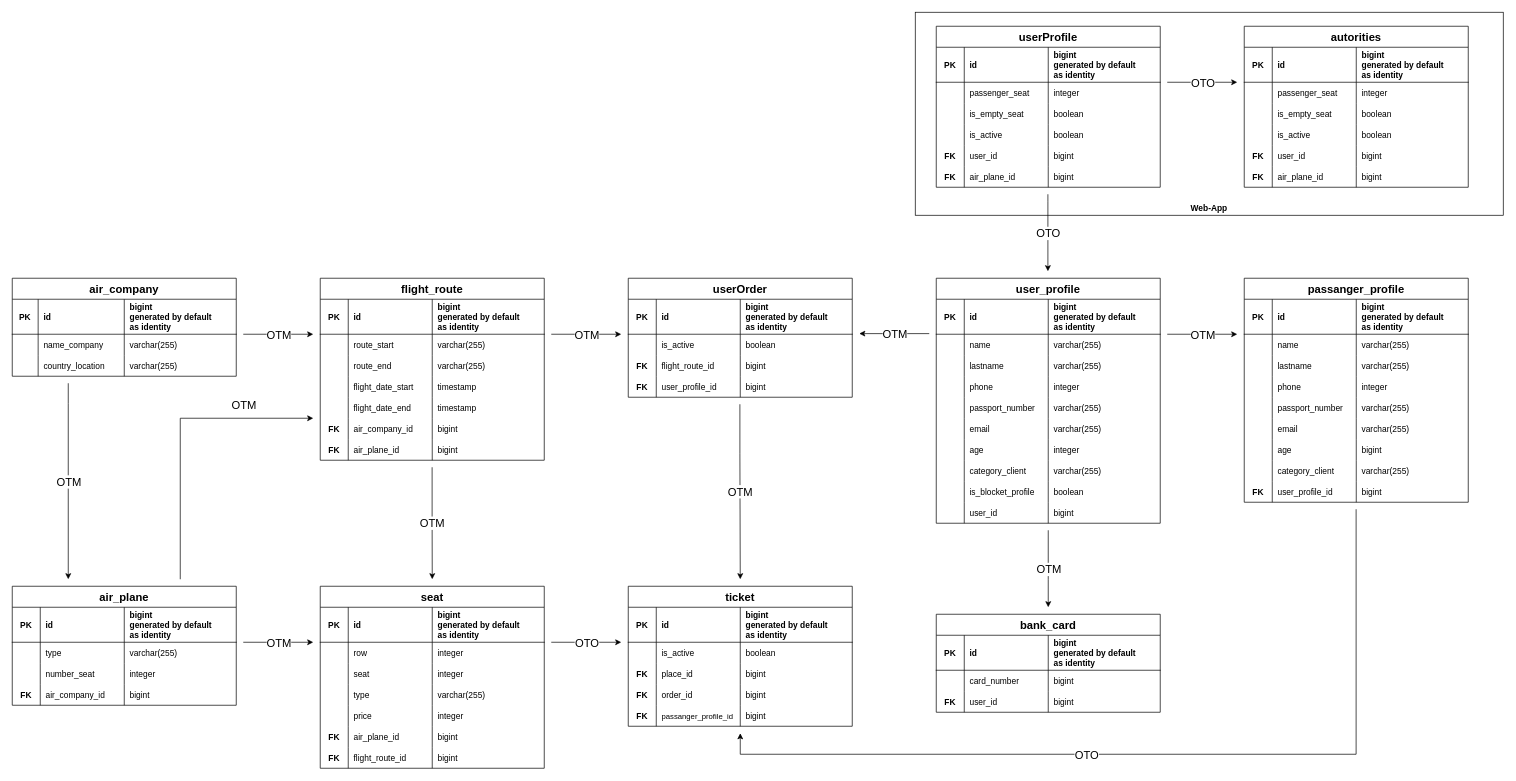
Before: Untitled Diagram.drawio in anomalmishka/myProject, a draw.io diagram. Source tidied: cells renumbered, new cells numbered last; positions are measured from the earlier drawing's top-left corner, leaving out a move shared by most shapes. Both pictures are drawn from the tidied source at 70%, with x=0, y=0 at pixel (12, 12).
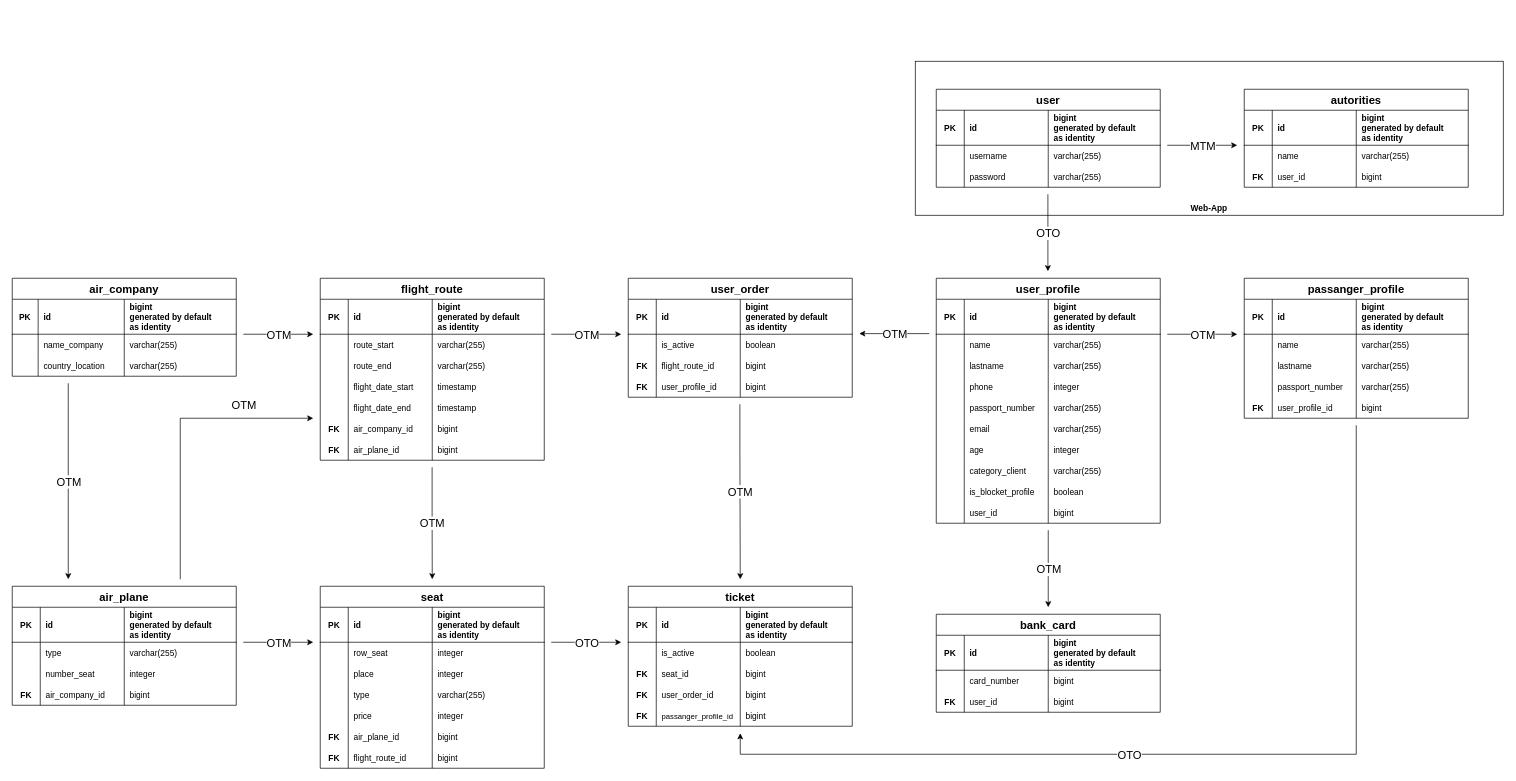
The same diagram, later.

The change refers to these unchanged cells:
```xml
<mxCell id="53" style="shape=partialRectangle;fillColor=none;top=0;left=0;right=0;bottom=0;" parent="44" vertex="1">
  <mxGeometry y="110" width="320" height="30" as="geometry" />
</mxCell>
<mxCell id="57" style="shape=partialRectangle;fillColor=none;top=0;left=0;right=0;bottom=0;" parent="44" vertex="1">
  <mxGeometry y="140" width="320" height="30" as="geometry" />
</mxCell>
<mxCell id="198" style="shape=partialRectangle;fillColor=none;top=0;left=0;right=0;bottom=0;" parent="193" vertex="1">
  <mxGeometry y="80" width="320" height="30" as="geometry" />
</mxCell>
<mxCell id="202" style="shape=partialRectangle;fillColor=none;top=0;left=0;right=0;bottom=0;" parent="193" vertex="1">
  <mxGeometry y="110" width="320" height="30" as="geometry" />
</mxCell>
<mxCell id="223" style="shape=partialRectangle;fillColor=none;top=0;left=0;right=0;bottom=0;" parent="218" vertex="1">
  <mxGeometry y="80" width="320" height="30" as="geometry" />
</mxCell>
<mxCell id="264" style="shape=partialRectangle;fillColor=none;top=0;left=0;right=0;bottom=0;" parent="259" vertex="1">
  <mxGeometry y="80" width="320" height="30" as="geometry" />
</mxCell>
<mxCell id="268" style="shape=partialRectangle;fillColor=none;top=0;left=0;right=0;bottom=0;" parent="259" vertex="1">
  <mxGeometry y="110" width="320" height="30" as="geometry" />
</mxCell>
```

Diff of the diagram source:
```diff
@@
     <mxCell id="2" value="&lt;b&gt;Web-App&lt;/b&gt;" style="rounded=0;whiteSpace=wrap;html=1;verticalAlign=bottom;" parent="1" vertex="1">
-      <mxGeometry x="1290" width="840" height="290" as="geometry" />
+      <mxGeometry x="1290" y="70" width="840" height="220" as="geometry" />
     </mxCell>
@@
-    <mxCell id="55" value="place_id" style="shape=partialRectangle;overflow=hidden;fillColor=none;top=0;left=0;bottom=0;right=0;align=left;spacingLeft=6;" parent="53" vertex="1">
+    <mxCell id="55" value="seat_id" style="shape=partialRectangle;overflow=hidden;fillColor=none;top=0;left=0;bottom=0;right=0;align=left;spacingLeft=6;" parent="53" vertex="1">
       <mxGeometry x="40" width="120" height="30" as="geometry" />
     </mxCell>
@@
-    <mxCell id="59" value="order_id" style="shape=partialRectangle;overflow=hidden;fillColor=none;top=0;left=0;bottom=0;right=0;align=left;spacingLeft=6;" parent="57" vertex="1">
+    <mxCell id="59" value="user_order_id" style="shape=partialRectangle;overflow=hidden;fillColor=none;top=0;left=0;bottom=0;right=0;align=left;spacingLeft=6;" parent="57" vertex="1">
       <mxGeometry x="40" width="120" height="30" as="geometry" />
     </mxCell>
@@
-    <mxCell id="139" value="userOrder" style="shape=table;startSize=30;childLayout=tableLayout;rowLines=0;fontStyle=1;align=center;fontSize=16;spacing=2;" parent="1" vertex="1">
+    <mxCell id="139" value="user_order" style="shape=table;startSize=30;childLayout=tableLayout;rowLines=0;fontStyle=1;align=center;fontSize=16;spacing=2;" parent="1" vertex="1">
       <mxGeometry x="880" y="380" width="320" height="170" as="geometry" />
     </mxCell>
@@
     <mxCell id="156" value="passanger_profile" style="shape=table;startSize=30;childLayout=tableLayout;rowLines=0;fontStyle=1;align=center;fontSize=16;" parent="1" vertex="1">
-      <mxGeometry x="1760" y="380" width="320" height="320" as="geometry" />
+      <mxGeometry x="1760" y="380" width="320" height="200" as="geometry" />
     </mxCell>
@@
-    <mxCell id="169" style="shape=partialRectangle;fillColor=none;top=0;left=0;right=0;bottom=0;" parent="156" vertex="1">
-      <mxGeometry y="140" width="320" height="30" as="geometry" />
-    </mxCell>
-    <mxCell id="170" style="shape=partialRectangle;overflow=hidden;fillColor=none;top=0;left=0;bottom=0;right=0;" parent="169" vertex="1">
-      <mxGeometry width="40" height="30" as="geometry" />
-    </mxCell>
-    <mxCell id="171" value="phone " style="shape=partialRectangle;overflow=hidden;fillColor=none;top=0;left=0;bottom=0;right=0;align=left;spacingLeft=6;" parent="169" vertex="1">
-      <mxGeometry x="40" width="120" height="30" as="geometry" />
-    </mxCell>
-    <mxCell id="172" value="integer" style="shape=partialRectangle;overflow=hidden;fillColor=none;top=0;left=0;bottom=0;right=0;align=left;spacingLeft=6;" parent="169" vertex="1">
-      <mxGeometry x="160" width="160" height="30" as="geometry" />
-    </mxCell>
     <mxCell id="173" style="shape=partialRectangle;fillColor=none;top=0;left=0;right=0;bottom=0;" parent="156" vertex="1">
-      <mxGeometry y="170" width="320" height="30" as="geometry" />
+      <mxGeometry y="140" width="320" height="30" as="geometry" />
     </mxCell>
@@
-    <mxCell id="177" style="shape=partialRectangle;fillColor=none;top=0;left=0;right=0;bottom=0;" parent="156" vertex="1">
-      <mxGeometry y="200" width="320" height="30" as="geometry" />
-    </mxCell>
-    <mxCell id="178" style="shape=partialRectangle;overflow=hidden;fillColor=none;top=0;left=0;bottom=0;right=0;" parent="177" vertex="1">
-      <mxGeometry width="40" height="30" as="geometry" />
-    </mxCell>
-    <mxCell id="179" value="email " style="shape=partialRectangle;overflow=hidden;fillColor=none;top=0;left=0;bottom=0;right=0;align=left;spacingLeft=6;" parent="177" vertex="1">
-      <mxGeometry x="40" width="120" height="30" as="geometry" />
-    </mxCell>
-    <mxCell id="180" value="varchar(255)" style="shape=partialRectangle;overflow=hidden;fillColor=none;top=0;left=0;bottom=0;right=0;align=left;spacingLeft=6;" parent="177" vertex="1">
-      <mxGeometry x="160" width="160" height="30" as="geometry" />
-    </mxCell>
-    <mxCell id="181" style="shape=partialRectangle;fillColor=none;top=0;left=0;right=0;bottom=0;" parent="156" vertex="1">
-      <mxGeometry y="230" width="320" height="30" as="geometry" />
-    </mxCell>
-    <mxCell id="182" style="shape=partialRectangle;overflow=hidden;fillColor=none;top=0;left=0;bottom=0;right=0;" parent="181" vertex="1">
-      <mxGeometry width="40" height="30" as="geometry" />
-    </mxCell>
-    <mxCell id="183" value="age " style="shape=partialRectangle;overflow=hidden;fillColor=none;top=0;left=0;bottom=0;right=0;align=left;spacingLeft=6;" parent="181" vertex="1">
-      <mxGeometry x="40" width="120" height="30" as="geometry" />
-    </mxCell>
-    <mxCell id="184" value="bigint" style="shape=partialRectangle;overflow=hidden;fillColor=none;top=0;left=0;bottom=0;right=0;align=left;spacingLeft=6;" parent="181" vertex="1">
-      <mxGeometry x="160" width="160" height="30" as="geometry" />
-    </mxCell>
-    <mxCell id="185" style="shape=partialRectangle;fillColor=none;top=0;left=0;right=0;bottom=0;" parent="156" vertex="1">
-      <mxGeometry y="260" width="320" height="30" as="geometry" />
-    </mxCell>
-    <mxCell id="186" style="shape=partialRectangle;overflow=hidden;fillColor=none;top=0;left=0;bottom=0;right=0;" parent="185" vertex="1">
-      <mxGeometry width="40" height="30" as="geometry" />
-    </mxCell>
-    <mxCell id="187" value="category_client " style="shape=partialRectangle;overflow=hidden;fillColor=none;top=0;left=0;bottom=0;right=0;align=left;spacingLeft=6;" parent="185" vertex="1">
-      <mxGeometry x="40" width="120" height="30" as="geometry" />
-    </mxCell>
-    <mxCell id="188" value="varchar(255)" style="shape=partialRectangle;overflow=hidden;fillColor=none;top=0;left=0;bottom=0;right=0;align=left;spacingLeft=6;" parent="185" vertex="1">
-      <mxGeometry x="160" width="160" height="30" as="geometry" />
-    </mxCell>
     <mxCell id="189" style="shape=partialRectangle;fillColor=none;top=0;left=0;right=0;bottom=0;" parent="156" vertex="1">
-      <mxGeometry y="290" width="320" height="30" as="geometry" />
+      <mxGeometry y="170" width="320" height="30" as="geometry" />
     </mxCell>
@@
-    <mxCell id="193" value="userProfile" style="shape=table;startSize=30;childLayout=tableLayout;rowLines=0;fontStyle=1;align=center;fontSize=16;spacing=2;" parent="1" vertex="1">
-      <mxGeometry x="1320" y="20" width="320" height="230" as="geometry" />
+    <mxCell id="193" value="user" style="shape=table;startSize=30;childLayout=tableLayout;rowLines=0;fontStyle=1;align=center;fontSize=16;spacing=2;" parent="1" vertex="1">
+      <mxGeometry x="1320" y="110" width="320" height="140" as="geometry" />
     </mxCell>
@@
-    <mxCell id="200" value="passenger_seat" style="shape=partialRectangle;overflow=hidden;fillColor=none;top=0;left=0;bottom=0;right=0;align=left;spacingLeft=6;fontStyle=0;" parent="198" vertex="1">
+    <mxCell id="200" value="username" style="shape=partialRectangle;overflow=hidden;fillColor=none;top=0;left=0;bottom=0;right=0;align=left;spacingLeft=6;fontStyle=0;" parent="198" vertex="1">
       <mxGeometry x="40" width="120" height="30" as="geometry" />
     </mxCell>
-    <mxCell id="201" value="integer" style="shape=partialRectangle;overflow=hidden;fillColor=none;top=0;left=0;bottom=0;right=0;align=left;spacingLeft=6;fontStyle=0;" parent="198" vertex="1">
+    <mxCell id="201" value="varchar(255)" style="shape=partialRectangle;overflow=hidden;fillColor=none;top=0;left=0;bottom=0;right=0;align=left;spacingLeft=6;fontStyle=0;" parent="198" vertex="1">
       <mxGeometry x="160" width="160" height="30" as="geometry" />
     </mxCell>
@@
-    <mxCell id="204" value="is_empty_seat" style="shape=partialRectangle;overflow=hidden;fillColor=none;top=0;left=0;bottom=0;right=0;align=left;spacingLeft=6;" parent="202" vertex="1">
+    <mxCell id="204" value="password" style="shape=partialRectangle;overflow=hidden;fillColor=none;top=0;left=0;bottom=0;right=0;align=left;spacingLeft=6;" parent="202" vertex="1">
       <mxGeometry x="40" width="120" height="30" as="geometry" />
     </mxCell>
-    <mxCell id="205" value="boolean" style="shape=partialRectangle;overflow=hidden;fillColor=none;top=0;left=0;bottom=0;right=0;align=left;spacingLeft=6;" parent="202" vertex="1">
+    <mxCell id="205" value="varchar(255)" style="shape=partialRectangle;overflow=hidden;fillColor=none;top=0;left=0;bottom=0;right=0;align=left;spacingLeft=6;" parent="202" vertex="1">
       <mxGeometry x="160" width="160" height="30" as="geometry" />
     </mxCell>
-    <mxCell id="206" style="shape=partialRectangle;fillColor=none;top=0;left=0;right=0;bottom=0;" parent="193" vertex="1">
-      <mxGeometry y="140" width="320" height="30" as="geometry" />
-    </mxCell>
-    <mxCell id="207" style="shape=partialRectangle;overflow=hidden;fillColor=none;top=0;left=0;bottom=0;right=0;" parent="206" vertex="1">
-      <mxGeometry width="40" height="30" as="geometry" />
-    </mxCell>
-    <mxCell id="208" value="is_active" style="shape=partialRectangle;overflow=hidden;fillColor=none;top=0;left=0;bottom=0;right=0;align=left;spacingLeft=6;" parent="206" vertex="1">
-      <mxGeometry x="40" width="120" height="30" as="geometry" />
-    </mxCell>
-    <mxCell id="209" value="boolean" style="shape=partialRectangle;overflow=hidden;fillColor=none;top=0;left=0;bottom=0;right=0;align=left;spacingLeft=6;" parent="206" vertex="1">
-      <mxGeometry x="160" width="160" height="30" as="geometry" />
-    </mxCell>
-    <mxCell id="210" style="shape=partialRectangle;fillColor=none;top=0;left=0;right=0;bottom=0;" parent="193" vertex="1">
-      <mxGeometry y="170" width="320" height="30" as="geometry" />
-    </mxCell>
-    <mxCell id="211" value="FK" style="shape=partialRectangle;overflow=hidden;fillColor=none;top=0;left=0;bottom=0;right=0;fontStyle=1;" parent="210" vertex="1">
-      <mxGeometry width="40" height="30" as="geometry" />
-    </mxCell>
-    <mxCell id="212" value="user_id" style="shape=partialRectangle;overflow=hidden;fillColor=none;top=0;left=0;bottom=0;right=0;align=left;spacingLeft=6;" parent="210" vertex="1">
-      <mxGeometry x="40" width="120" height="30" as="geometry" />
-    </mxCell>
-    <mxCell id="213" value="bigint" style="shape=partialRectangle;overflow=hidden;fillColor=none;top=0;left=0;bottom=0;right=0;align=left;spacingLeft=6;" parent="210" vertex="1">
-      <mxGeometry x="160" width="160" height="30" as="geometry" />
-    </mxCell>
-    <mxCell id="214" style="shape=partialRectangle;fillColor=none;top=0;left=0;right=0;bottom=0;" parent="193" vertex="1">
-      <mxGeometry y="200" width="320" height="30" as="geometry" />
-    </mxCell>
-    <mxCell id="215" value="FK" style="shape=partialRectangle;overflow=hidden;fillColor=none;top=0;left=0;bottom=0;right=0;fontStyle=1;" parent="214" vertex="1">
-      <mxGeometry width="40" height="30" as="geometry" />
-    </mxCell>
-    <mxCell id="216" value="air_plane_id" style="shape=partialRectangle;overflow=hidden;fillColor=none;top=0;left=0;bottom=0;right=0;align=left;spacingLeft=6;" parent="214" vertex="1">
-      <mxGeometry x="40" width="120" height="30" as="geometry" />
-    </mxCell>
-    <mxCell id="217" value="bigint" style="shape=partialRectangle;overflow=hidden;fillColor=none;top=0;left=0;bottom=0;right=0;align=left;spacingLeft=6;" parent="214" vertex="1">
-      <mxGeometry x="160" width="160" height="30" as="geometry" />
-    </mxCell>
     <mxCell id="218" value="autorities" style="shape=table;startSize=30;childLayout=tableLayout;rowLines=0;fontStyle=1;align=center;fontSize=16;spacing=2;" parent="1" vertex="1">
-      <mxGeometry x="1760" y="20" width="320" height="230" as="geometry" />
+      <mxGeometry x="1760" y="110" width="320" height="140" as="geometry" />
     </mxCell>
@@
-    <mxCell id="225" value="passenger_seat" style="shape=partialRectangle;overflow=hidden;fillColor=none;top=0;left=0;bottom=0;right=0;align=left;spacingLeft=6;fontStyle=0;" parent="223" vertex="1">
+    <mxCell id="225" value="name" style="shape=partialRectangle;overflow=hidden;fillColor=none;top=0;left=0;bottom=0;right=0;align=left;spacingLeft=6;fontStyle=0;" parent="223" vertex="1">
       <mxGeometry x="40" width="120" height="30" as="geometry" />
     </mxCell>
-    <mxCell id="226" value="integer" style="shape=partialRectangle;overflow=hidden;fillColor=none;top=0;left=0;bottom=0;right=0;align=left;spacingLeft=6;fontStyle=0;" parent="223" vertex="1">
+    <mxCell id="226" value="varchar(255)" style="shape=partialRectangle;overflow=hidden;fillColor=none;top=0;left=0;bottom=0;right=0;align=left;spacingLeft=6;fontStyle=0;" parent="223" vertex="1">
       <mxGeometry x="160" width="160" height="30" as="geometry" />
     </mxCell>
-    <mxCell id="227" style="shape=partialRectangle;fillColor=none;top=0;left=0;right=0;bottom=0;" parent="218" vertex="1">
-      <mxGeometry y="110" width="320" height="30" as="geometry" />
-    </mxCell>
-    <mxCell id="228" style="shape=partialRectangle;overflow=hidden;fillColor=none;top=0;left=0;bottom=0;right=0;" parent="227" vertex="1">
-      <mxGeometry width="40" height="30" as="geometry" />
-    </mxCell>
-    <mxCell id="229" value="is_empty_seat" style="shape=partialRectangle;overflow=hidden;fillColor=none;top=0;left=0;bottom=0;right=0;align=left;spacingLeft=6;" parent="227" vertex="1">
-      <mxGeometry x="40" width="120" height="30" as="geometry" />
-    </mxCell>
-    <mxCell id="230" value="boolean" style="shape=partialRectangle;overflow=hidden;fillColor=none;top=0;left=0;bottom=0;right=0;align=left;spacingLeft=6;" parent="227" vertex="1">
-      <mxGeometry x="160" width="160" height="30" as="geometry" />
-    </mxCell>
-    <mxCell id="231" style="shape=partialRectangle;fillColor=none;top=0;left=0;right=0;bottom=0;" parent="218" vertex="1">
-      <mxGeometry y="140" width="320" height="30" as="geometry" />
-    </mxCell>
-    <mxCell id="232" style="shape=partialRectangle;overflow=hidden;fillColor=none;top=0;left=0;bottom=0;right=0;" parent="231" vertex="1">
-      <mxGeometry width="40" height="30" as="geometry" />
-    </mxCell>
-    <mxCell id="233" value="is_active" style="shape=partialRectangle;overflow=hidden;fillColor=none;top=0;left=0;bottom=0;right=0;align=left;spacingLeft=6;" parent="231" vertex="1">
-      <mxGeometry x="40" width="120" height="30" as="geometry" />
-    </mxCell>
-    <mxCell id="234" value="boolean" style="shape=partialRectangle;overflow=hidden;fillColor=none;top=0;left=0;bottom=0;right=0;align=left;spacingLeft=6;" parent="231" vertex="1">
-      <mxGeometry x="160" width="160" height="30" as="geometry" />
-    </mxCell>
     <mxCell id="235" style="shape=partialRectangle;fillColor=none;top=0;left=0;right=0;bottom=0;" parent="218" vertex="1">
-      <mxGeometry y="170" width="320" height="30" as="geometry" />
+      <mxGeometry y="110" width="320" height="30" as="geometry" />
     </mxCell>
@@
-    <mxCell id="239" style="shape=partialRectangle;fillColor=none;top=0;left=0;right=0;bottom=0;" parent="218" vertex="1">
-      <mxGeometry y="200" width="320" height="30" as="geometry" />
-    </mxCell>
-    <mxCell id="240" value="FK" style="shape=partialRectangle;overflow=hidden;fillColor=none;top=0;left=0;bottom=0;right=0;fontStyle=1;" parent="239" vertex="1">
-      <mxGeometry width="40" height="30" as="geometry" />
-    </mxCell>
-    <mxCell id="241" value="air_plane_id" style="shape=partialRectangle;overflow=hidden;fillColor=none;top=0;left=0;bottom=0;right=0;align=left;spacingLeft=6;" parent="239" vertex="1">
-      <mxGeometry x="40" width="120" height="30" as="geometry" />
-    </mxCell>
-    <mxCell id="242" value="bigint" style="shape=partialRectangle;overflow=hidden;fillColor=none;top=0;left=0;bottom=0;right=0;align=left;spacingLeft=6;" parent="239" vertex="1">
-      <mxGeometry x="160" width="160" height="30" as="geometry" />
-    </mxCell>
@@
     <mxCell id="249" style="endArrow=classic;html=1;rounded=0;fontSize=16;edgeStyle=orthogonalEdgeStyle;" parent="1" edge="1">
       <mxGeometry relative="1" as="geometry">
-        <mxPoint x="1650" y="100" as="sourcePoint" />
-        <mxPoint x="1750" y="100" as="targetPoint" />
+        <mxPoint x="1650" y="190" as="sourcePoint" />
+        <mxPoint x="1750" y="190" as="targetPoint" />
         <Array as="points">
-          <mxPoint x="1649.7" y="100" />
-          <mxPoint x="1649.7" y="320" />
+          <mxPoint x="1649.7" y="190" />
+          <mxPoint x="1649.7" y="410" />
         </Array>
       </mxGeometry>
     </mxCell>
-    <mxCell id="250" value="OTO" style="edgeLabel;html=1;align=center;verticalAlign=middle;fontSize=16;" parent="249" vertex="1">
+    <mxCell id="250" value="MTM" style="edgeLabel;html=1;align=center;verticalAlign=middle;fontSize=16;" parent="249" vertex="1">
       <mxGeometry relative="1" as="geometry" />
     </mxCell>
@@
-    <mxCell id="266" value="row" style="shape=partialRectangle;overflow=hidden;fillColor=none;top=0;left=0;bottom=0;right=0;align=left;spacingLeft=6;fontStyle=0;" parent="264" vertex="1">
+    <mxCell id="266" value="row_seat" style="shape=partialRectangle;overflow=hidden;fillColor=none;top=0;left=0;bottom=0;right=0;align=left;spacingLeft=6;fontStyle=0;" parent="264" vertex="1">
       <mxGeometry x="40" width="120" height="30" as="geometry" />
     </mxCell>
@@
-    <mxCell id="270" value="seat" style="shape=partialRectangle;overflow=hidden;fillColor=none;top=0;left=0;bottom=0;right=0;align=left;spacingLeft=6;fontStyle=0;" parent="268" vertex="1">
+    <mxCell id="270" value="place" style="shape=partialRectangle;overflow=hidden;fillColor=none;top=0;left=0;bottom=0;right=0;align=left;spacingLeft=6;fontStyle=0;" parent="268" vertex="1">
       <mxGeometry x="40" width="120" height="30" as="geometry" />
     </mxCell>
@@
     <mxCell id="296" style="endArrow=classic;html=1;rounded=0;fontSize=16;edgeStyle=orthogonalEdgeStyle;" parent="1" edge="1">
       <mxGeometry relative="1" as="geometry">
-        <mxPoint x="1919.8" y="710" as="sourcePoint" />
+        <mxPoint x="1920" y="590" as="sourcePoint" />
         <mxPoint x="1040" y="1030" as="targetPoint" />
         <Array as="points">
           <mxPoint x="1920" y="1060" />
           <mxPoint x="1040" y="1060" />
         </Array>
       </mxGeometry>
     </mxCell>
```
